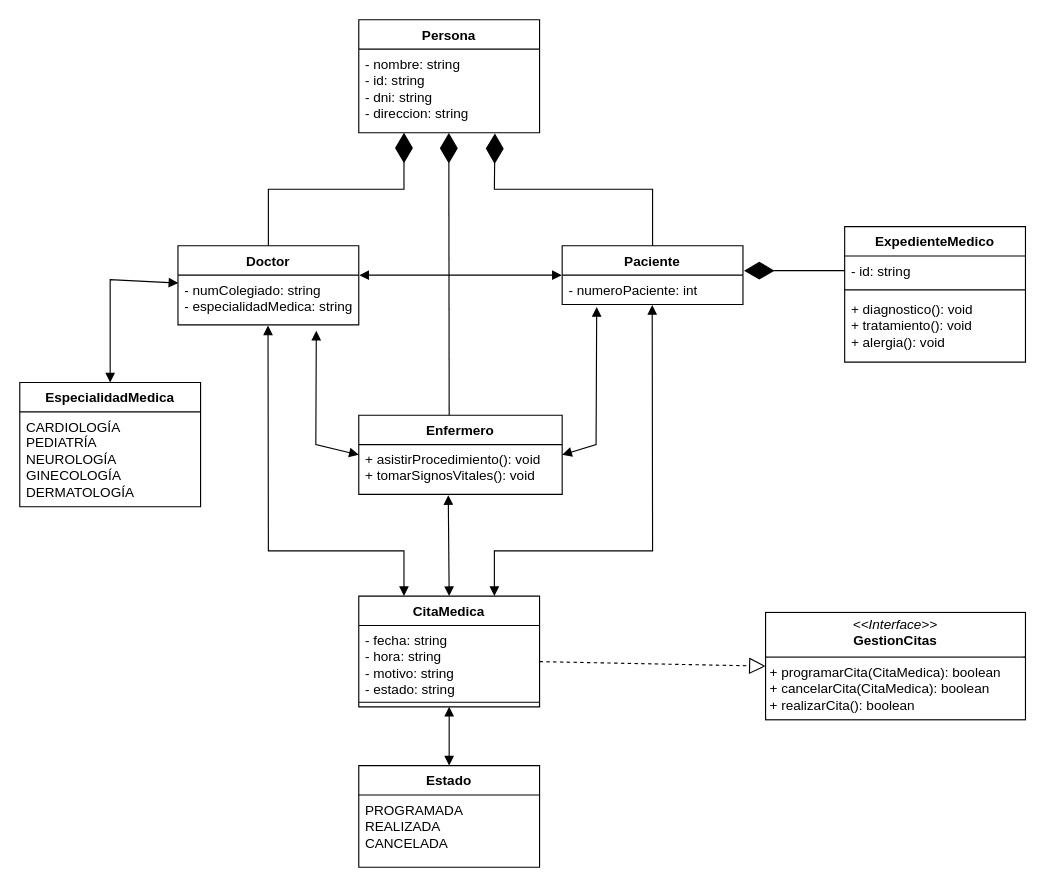
ArianaSarango/ACD---SGH keeps this draw.io diagram as ACD - SGH.drawio. Above is the earlier version. Source tidied: cells renumbered, new cells numbered last; positions are measured from the earlier drawing's top-left corner, leaving out a move shared by most shapes. Both pictures are drawn from the tidied source at 113%, with x=0, y=0 at pixel (19, 19).
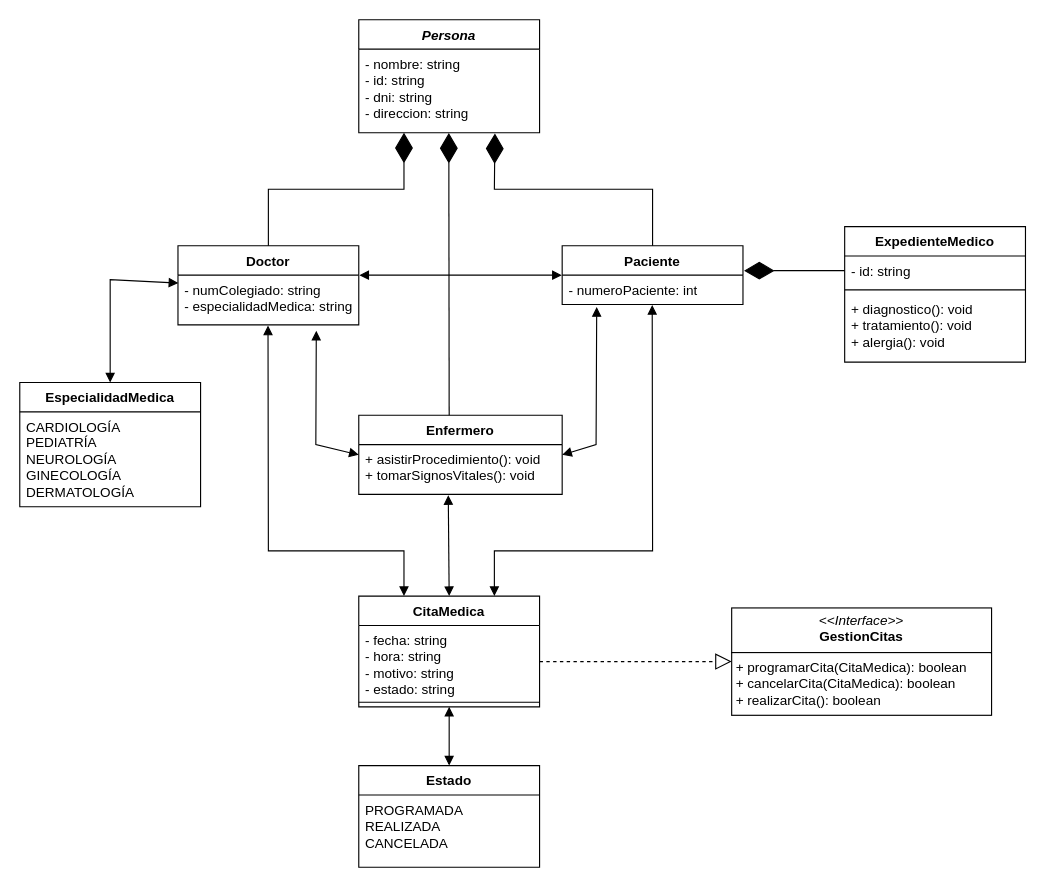
The same page after the edit.

What changed in the source:
```diff
@@
-    <mxCell id="2" value="Persona" style="swimlane;fontStyle=1;align=center;verticalAlign=top;horizontal=1;startSize=26;whiteSpace=wrap;html=1;" parent="1" vertex="1">
+    <mxCell id="2" value="&lt;i&gt;Persona&lt;/i&gt;" style="swimlane;fontStyle=1;align=center;verticalAlign=top;horizontal=1;startSize=26;whiteSpace=wrap;html=1;" parent="1" vertex="1">
       <mxGeometry x="300" width="160" height="100" as="geometry" />
     </mxCell>
@@
     <mxCell id="30" value="&lt;p style=&quot;margin:0px;margin-top:4px;text-align:center;&quot;&gt;&lt;i&gt;&amp;lt;&amp;lt;Interface&amp;gt;&amp;gt;&lt;/i&gt;&lt;br&gt;&lt;b&gt;GestionCitas&lt;/b&gt;&lt;/p&gt;&lt;hr size=&quot;1&quot; style=&quot;border-style:solid;&quot;&gt;&lt;p style=&quot;margin:0px;margin-left:4px;&quot;&gt;+ programarCita(&lt;span style=&quot;background-color: initial;&quot;&gt;CitaMedica&lt;/span&gt;&lt;span style=&quot;background-color: initial;&quot;&gt;): boolean&lt;/span&gt;&lt;/p&gt;&lt;p style=&quot;margin:0px;margin-left:4px;&quot;&gt;+ cancelarCita(CitaMedica): boolean&lt;/p&gt;&lt;p style=&quot;margin:0px;margin-left:4px;&quot;&gt;+ realizarCita(): boolean&amp;nbsp;&lt;/p&gt;&lt;hr size=&quot;1&quot; style=&quot;border-style:solid;&quot;&gt;&lt;p style=&quot;margin:0px;margin-left:4px;&quot;&gt;&lt;br&gt;&lt;/p&gt;" style="verticalAlign=top;align=left;overflow=fill;html=1;whiteSpace=wrap;" parent="1" vertex="1">
-      <mxGeometry x="660" y="524.5" width="230" height="95" as="geometry" />
+      <mxGeometry x="630" y="520.5" width="230" height="95" as="geometry" />
     </mxCell>
```
